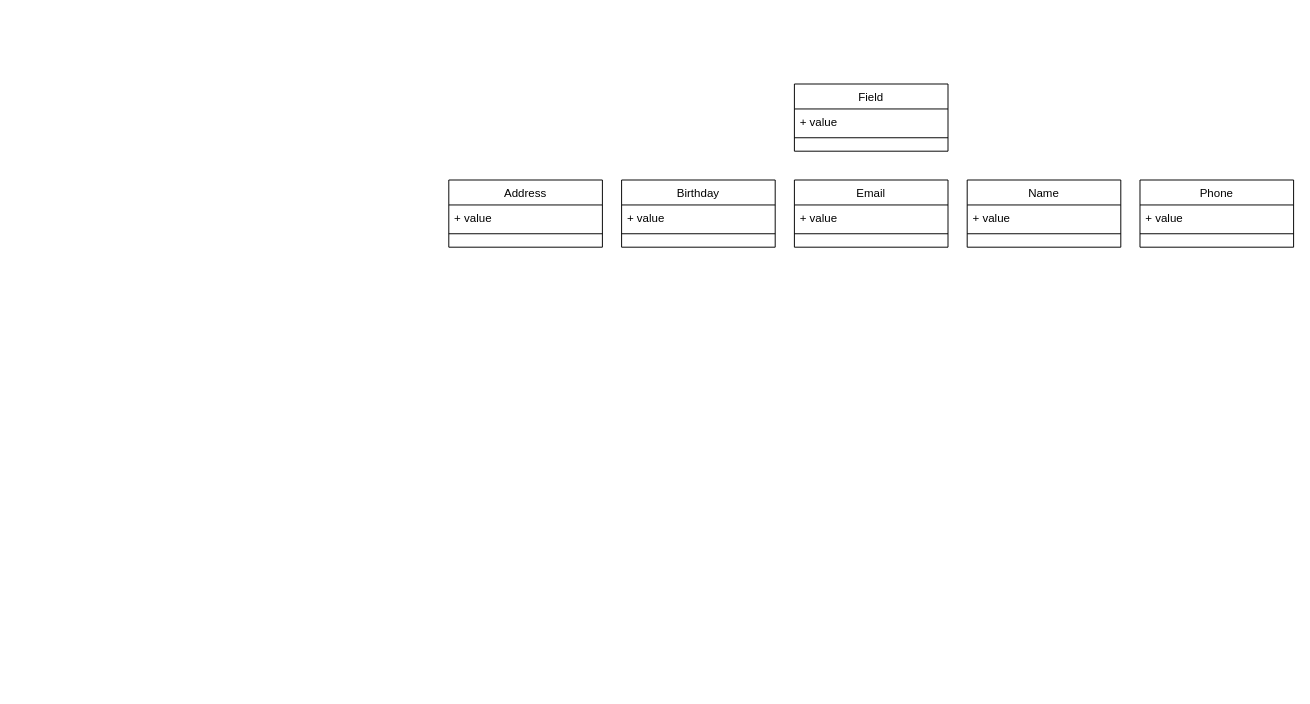
armandabasi/go-it-web-hw1 keeps this draw.io diagram as Диаграмма без названия.drawio. Above is the earlier version. Source tidied: cells renumbered, new cells numbered last; positions are measured from the earlier drawing's top-left corner, leaving out a move shared by most shapes. Both pictures are drawn from the tidied source at 96%, with x=0, y=0 at pixel (448, 84).
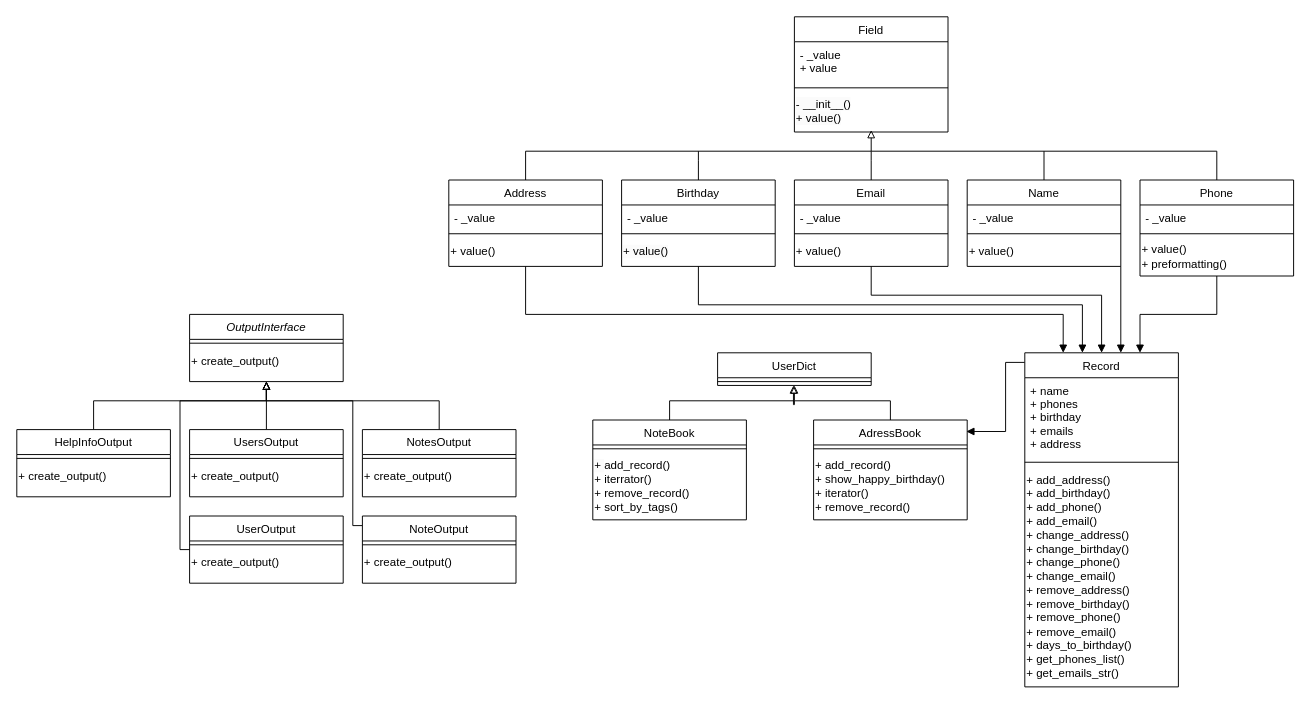
The same page after the edit.

The edit, as a diff of the source:
```diff
@@
     <mxCell id="2" value="Field" style="swimlane;fontStyle=0;align=center;verticalAlign=top;horizontal=1;startSize=26;rounded=0;shadow=0;strokeWidth=1;" parent="1" vertex="1">
-      <mxGeometry x="360" width="160" height="70" as="geometry" />
+      <mxGeometry x="360" y="-70" width="160" height="120" as="geometry" />
     </mxCell>
-    <mxCell id="3" value="+ value&#10;" style="text;align=left;verticalAlign=top;spacingLeft=4;spacingRight=4;overflow=hidden;" parent="2" vertex="1">
-      <mxGeometry y="26" width="160" height="26" as="geometry" />
+    <mxCell id="3" value="- _value&#10;+ value" style="text;align=left;verticalAlign=top;spacingLeft=4;spacingRight=4;overflow=hidden;" parent="2" vertex="1">
+      <mxGeometry y="26" width="160" height="44" as="geometry" />
     </mxCell>
     <mxCell id="4" style="line;html=1;strokeWidth=1;align=left;verticalAlign=middle;spacingTop=-1;spacingLeft=3;spacingRight=3;labelPosition=right;" parent="2" vertex="1">
-      <mxGeometry y="52" width="160" height="8" as="geometry" />
+      <mxGeometry y="70" width="160" height="8" as="geometry" />
     </mxCell>
+    <mxCell id="20" value="&lt;span style=&quot;color: rgb(0, 0, 0); font-family: Helvetica; font-size: 12px; font-style: normal; font-variant-ligatures: normal; font-variant-caps: normal; font-weight: 400; letter-spacing: normal; orphans: 2; text-indent: 0px; text-transform: none; widows: 2; word-spacing: 0px; -webkit-text-stroke-width: 0px; background-color: rgb(251, 251, 251); text-decoration-thickness: initial; text-decoration-style: initial; text-decoration-color: initial; float: none; display: inline !important;&quot;&gt;- __init__()&lt;/span&gt;&lt;br style=&quot;border-color: var(--border-color); padding: 0px; margin: 0px; color: rgb(0, 0, 0); font-family: Helvetica; font-size: 12px; font-style: normal; font-variant-ligatures: normal; font-variant-caps: normal; font-weight: 400; letter-spacing: normal; orphans: 2; text-indent: 0px; text-transform: none; widows: 2; word-spacing: 0px; -webkit-text-stroke-width: 0px; background-color: rgb(251, 251, 251); text-decoration-thickness: initial; text-decoration-style: initial; text-decoration-color: initial;&quot;&gt;&lt;span style=&quot;color: rgb(0, 0, 0); font-family: Helvetica; font-size: 12px; font-style: normal; font-variant-ligatures: normal; font-variant-caps: normal; font-weight: 400; letter-spacing: normal; orphans: 2; text-indent: 0px; text-transform: none; widows: 2; word-spacing: 0px; -webkit-text-stroke-width: 0px; background-color: rgb(251, 251, 251); text-decoration-thickness: initial; text-decoration-style: initial; text-decoration-color: initial; float: none; display: inline !important;&quot;&gt;+ value()&lt;/span&gt;" style="text;html=1;align=left;verticalAlign=middle;points=[];strokeColor=none;fillColor=none;" parent="2" vertex="1">
+      <mxGeometry y="78" width="160" height="40" as="geometry" />
+    </mxCell>
+    <mxCell id="21" style="edgeStyle=orthogonalEdgeStyle;rounded=0;jettySize=auto;html=1;endArrow=none;endFill=0;" parent="1" edge="1" source="5">
+      <mxGeometry relative="1" as="geometry">
+        <mxPoint x="440" y="70" as="targetPoint" />
+      </mxGeometry>
+    </mxCell>
     <mxCell id="5" value="Email" style="swimlane;fontStyle=0;align=center;verticalAlign=top;horizontal=1;startSize=26;rounded=0;shadow=0;strokeWidth=1;" parent="1" vertex="1">
-      <mxGeometry x="360" y="100" width="160" height="70" as="geometry" />
+      <mxGeometry x="360" y="100" width="160" height="90" as="geometry" />
     </mxCell>
-    <mxCell id="6" value="+ value&#10;" style="text;align=left;verticalAlign=top;spacingLeft=4;spacingRight=4;overflow=hidden;" parent="5" vertex="1">
+    <mxCell id="6" value="- _value&#10;" style="text;align=left;verticalAlign=top;spacingLeft=4;spacingRight=4;overflow=hidden;" parent="5" vertex="1">
       <mxGeometry y="26" width="160" height="26" as="geometry" />
     </mxCell>
@@
+    <mxCell id="22" style="edgeStyle=orthogonalEdgeStyle;rounded=0;jettySize=auto;html=1;endArrow=none;endFill=0;" parent="1" edge="1" source="8">
+      <mxGeometry relative="1" as="geometry">
+        <mxPoint x="260" y="70" as="targetPoint" />
+      </mxGeometry>
+    </mxCell>
     <mxCell id="8" value="Birthday" style="swimlane;fontStyle=0;align=center;verticalAlign=top;horizontal=1;startSize=26;rounded=0;shadow=0;strokeWidth=1;" parent="1" vertex="1">
-      <mxGeometry x="180" y="100" width="160" height="70" as="geometry" />
+      <mxGeometry x="180" y="100" width="160" height="90" as="geometry" />
     </mxCell>
-    <mxCell id="9" value="+ value&#10;" style="text;align=left;verticalAlign=top;spacingLeft=4;spacingRight=4;overflow=hidden;" parent="8" vertex="1">
+    <mxCell id="9" value="- _value&#10;" style="text;align=left;verticalAlign=top;spacingLeft=4;spacingRight=4;overflow=hidden;" parent="8" vertex="1">
       <mxGeometry y="26" width="160" height="26" as="geometry" />
     </mxCell>
@@
+    <mxCell id="23" style="edgeStyle=orthogonalEdgeStyle;rounded=0;jettySize=auto;html=1;endArrow=block;endFill=1;" parent="8" edge="1" source="24">
+      <mxGeometry relative="1" as="geometry">
+        <mxPoint x="480" y="180" as="targetPoint" />
+        <Array as="points">
+          <mxPoint x="80" y="130" />
+          <mxPoint x="480" y="130" />
+          <mxPoint x="480" y="180" />
+        </Array>
+      </mxGeometry>
+    </mxCell>
+    <mxCell id="24" value="&lt;span style=&quot;color: rgb(0, 0, 0); font-family: Helvetica; font-size: 12px; font-style: normal; font-variant-ligatures: normal; font-variant-caps: normal; font-weight: 400; letter-spacing: normal; orphans: 2; text-indent: 0px; text-transform: none; widows: 2; word-spacing: 0px; -webkit-text-stroke-width: 0px; background-color: rgb(251, 251, 251); text-decoration-thickness: initial; text-decoration-style: initial; text-decoration-color: initial; float: none; display: inline !important;&quot;&gt;+ value()&lt;/span&gt;&lt;br&gt;" style="text;html=1;align=left;verticalAlign=middle;points=[];strokeColor=none;fillColor=none;" parent="8" vertex="1">
+      <mxGeometry y="60" width="160" height="30" as="geometry" />
+    </mxCell>
+    <mxCell id="25" style="edgeStyle=orthogonalEdgeStyle;rounded=0;jettySize=auto;html=1;endArrow=none;endFill=0;" parent="1" edge="1" source="11">
+      <mxGeometry relative="1" as="geometry">
+        <mxPoint x="440" y="70" as="targetPoint" />
+        <Array as="points">
+          <mxPoint x="620" y="70" />
+        </Array>
+      </mxGeometry>
+    </mxCell>
     <mxCell id="11" value="Name" style="swimlane;fontStyle=0;align=center;verticalAlign=top;horizontal=1;startSize=26;rounded=0;shadow=0;strokeWidth=1;" parent="1" vertex="1">
-      <mxGeometry x="540" y="100" width="160" height="70" as="geometry" />
+      <mxGeometry x="540" y="100" width="160" height="90" as="geometry" />
     </mxCell>
-    <mxCell id="12" value="+ value&#10;" style="text;align=left;verticalAlign=top;spacingLeft=4;spacingRight=4;overflow=hidden;" parent="11" vertex="1">
+    <mxCell id="12" value="- _value&#10;" style="text;align=left;verticalAlign=top;spacingLeft=4;spacingRight=4;overflow=hidden;" parent="11" vertex="1">
       <mxGeometry y="26" width="160" height="26" as="geometry" />
     </mxCell>
@@
+    <mxCell id="26" style="edgeStyle=orthogonalEdgeStyle;rounded=0;jettySize=auto;html=1;endArrow=block;endFill=1;" parent="11" edge="1" source="27">
+      <mxGeometry relative="1" as="geometry">
+        <mxPoint x="160" y="180" as="targetPoint" />
+        <Array as="points">
+          <mxPoint x="160" y="180" />
+        </Array>
+      </mxGeometry>
+    </mxCell>
+    <mxCell id="27" value="+ value()" style="text;html=1;align=left;verticalAlign=middle;points=[];strokeColor=none;fillColor=none;" parent="11" vertex="1">
+      <mxGeometry y="60" width="160" height="30" as="geometry" />
+    </mxCell>
+    <mxCell id="28" style="edgeStyle=orthogonalEdgeStyle;rounded=0;jettySize=auto;html=1;exitX=0.5;exitY=0;exitDx=0;exitDy=0;endArrow=none;endFill=0;" parent="1" edge="1" source="14">
+      <mxGeometry relative="1" as="geometry">
+        <mxPoint x="620" y="70" as="targetPoint" />
+        <Array as="points">
+          <mxPoint x="800" y="70" />
+        </Array>
+      </mxGeometry>
+    </mxCell>
     <mxCell id="14" value="Phone" style="swimlane;fontStyle=0;align=center;verticalAlign=top;horizontal=1;startSize=26;rounded=0;shadow=0;strokeWidth=1;" parent="1" vertex="1">
-      <mxGeometry x="720" y="100" width="160" height="70" as="geometry" />
+      <mxGeometry x="720" y="100" width="160" height="100" as="geometry" />
     </mxCell>
-    <mxCell id="15" value="+ value&#10;" style="text;align=left;verticalAlign=top;spacingLeft=4;spacingRight=4;overflow=hidden;" parent="14" vertex="1">
+    <mxCell id="15" value="- _value&#10;" style="text;align=left;verticalAlign=top;spacingLeft=4;spacingRight=4;overflow=hidden;" parent="14" vertex="1">
       <mxGeometry y="26" width="160" height="26" as="geometry" />
     </mxCell>
@@
+    <mxCell id="29" style="edgeStyle=orthogonalEdgeStyle;rounded=0;jettySize=auto;html=1;endArrow=block;endFill=1;" parent="14" edge="1" source="30">
+      <mxGeometry relative="1" as="geometry">
+        <mxPoint y="180" as="targetPoint" />
+        <Array as="points">
+          <mxPoint x="80" y="140" />
+          <mxPoint y="140" />
+        </Array>
+      </mxGeometry>
+    </mxCell>
+    <mxCell id="30" value="+ value()&lt;br&gt;+ preformatting()" style="text;html=1;align=left;verticalAlign=middle;points=[];strokeColor=none;fillColor=none;" parent="14" vertex="1">
+      <mxGeometry y="60" width="160" height="40" as="geometry" />
+    </mxCell>
+    <mxCell id="31" style="edgeStyle=orthogonalEdgeStyle;rounded=0;jettySize=auto;html=1;endArrow=block;endFill=0;" parent="1" edge="1" source="17" target="20">
+      <mxGeometry relative="1" as="geometry">
+        <Array as="points">
+          <mxPoint x="80" y="70" />
+          <mxPoint x="440" y="70" />
+        </Array>
+      </mxGeometry>
+    </mxCell>
     <mxCell id="17" value="Address" style="swimlane;fontStyle=0;align=center;verticalAlign=top;horizontal=1;startSize=26;rounded=0;shadow=0;strokeWidth=1;" parent="1" vertex="1">
-      <mxGeometry y="100" width="160" height="70" as="geometry" />
+      <mxGeometry y="100" width="160" height="90" as="geometry" />
     </mxCell>
-    <mxCell id="18" value="+ value&#10;" style="text;align=left;verticalAlign=top;spacingLeft=4;spacingRight=4;overflow=hidden;" parent="17" vertex="1">
+    <mxCell id="18" value="- _value&#10;" style="text;align=left;verticalAlign=top;spacingLeft=4;spacingRight=4;overflow=hidden;" parent="17" vertex="1">
       <mxGeometry y="26" width="160" height="26" as="geometry" />
     </mxCell>
@@
+    <mxCell id="32" style="edgeStyle=orthogonalEdgeStyle;rounded=0;jettySize=auto;html=1;endArrow=block;endFill=1;" parent="17" edge="1" source="33">
+      <mxGeometry relative="1" as="geometry">
+        <mxPoint x="640" y="180" as="targetPoint" />
+        <Array as="points">
+          <mxPoint x="80" y="140" />
+          <mxPoint x="640" y="140" />
+          <mxPoint x="640" y="180" />
+        </Array>
+      </mxGeometry>
+    </mxCell>
+    <mxCell id="33" value="+ value()" style="text;html=1;align=left;verticalAlign=middle;points=[];strokeColor=none;fillColor=none;" parent="17" vertex="1">
+      <mxGeometry y="60" width="160" height="30" as="geometry" />
+    </mxCell>
+    <mxCell id="34" style="edgeStyle=orthogonalEdgeStyle;rounded=0;jettySize=auto;html=1;endArrow=block;endFill=1;" parent="1" edge="1" source="35">
+      <mxGeometry relative="1" as="geometry">
+        <mxPoint x="680" y="280" as="targetPoint" />
+        <Array as="points">
+          <mxPoint x="440" y="220" />
+          <mxPoint x="680" y="220" />
+          <mxPoint x="680" y="280" />
+        </Array>
+      </mxGeometry>
+    </mxCell>
+    <mxCell id="35" value="+ value()" style="text;html=1;align=left;verticalAlign=middle;points=[];strokeColor=none;fillColor=none;" parent="1" vertex="1">
+      <mxGeometry x="360" y="160" width="160" height="30" as="geometry" />
+    </mxCell>
+    <mxCell id="36" style="edgeStyle=orthogonalEdgeStyle;rounded=0;jettySize=auto;html=1;entryX=0.994;entryY=0.115;entryDx=0;entryDy=0;entryPerimeter=0;endArrow=block;endFill=1;" parent="1" edge="1" source="37" target="48">
+      <mxGeometry relative="1" as="geometry">
+        <Array as="points">
+          <mxPoint x="580" y="290" />
+          <mxPoint x="580" y="362" />
+        </Array>
+      </mxGeometry>
+    </mxCell>
+    <mxCell id="37" value="Record" style="swimlane;fontStyle=0;align=center;verticalAlign=top;horizontal=1;startSize=26;rounded=0;shadow=0;strokeWidth=1;" parent="1" vertex="1">
+      <mxGeometry x="600" y="280" width="160" height="348" as="geometry" />
+    </mxCell>
+    <mxCell id="38" value="+ name&#10;+ phones&#10;+ birthday&#10;+ emails&#10;+ address " style="text;align=left;verticalAlign=top;spacingLeft=4;spacingRight=4;overflow=hidden;" parent="37" vertex="1">
+      <mxGeometry y="26" width="160" height="84" as="geometry" />
+    </mxCell>
+    <mxCell id="39" style="line;html=1;strokeWidth=1;align=left;verticalAlign=middle;spacingTop=-1;spacingLeft=3;spacingRight=3;labelPosition=right;" parent="37" vertex="1">
+      <mxGeometry y="110" width="160" height="8" as="geometry" />
+    </mxCell>
+    <mxCell id="40" value="+&amp;nbsp;add_address()&lt;br&gt;+&amp;nbsp;add_birthday()&lt;br&gt;+&amp;nbsp;add_phone()&lt;br&gt;+&amp;nbsp;add_email()&lt;br&gt;+ change_address()&lt;br&gt;+&amp;nbsp;change_birthday()&lt;br&gt;+&amp;nbsp;change_phone()&lt;br&gt;+&amp;nbsp;change_email()&lt;br&gt;+&amp;nbsp;remove_address()&lt;br&gt;+&amp;nbsp;remove_birthday()&lt;br&gt;+&amp;nbsp;remove_phone()&lt;br&gt;+&amp;nbsp;remove_email()&lt;br&gt;+&amp;nbsp;days_to_birthday()&lt;br&gt;+&amp;nbsp;get_phones_list()&lt;br&gt;+&amp;nbsp;get_emails_str()" style="text;html=1;align=left;verticalAlign=middle;strokeColor=none;fillColor=none;" parent="37" vertex="1">
+      <mxGeometry y="118" width="160" height="230" as="geometry" />
+    </mxCell>
+    <mxCell id="41" value="UserDict" style="swimlane;fontStyle=0;align=center;verticalAlign=top;horizontal=1;startSize=26;rounded=0;shadow=0;strokeWidth=1;" parent="1" vertex="1">
+      <mxGeometry x="280" y="280" width="160" height="34" as="geometry" />
+    </mxCell>
+    <mxCell id="42" style="line;html=1;strokeWidth=1;align=left;verticalAlign=middle;spacingTop=-1;spacingLeft=3;spacingRight=3;labelPosition=right;points=[];portConstraint=eastwest;" parent="41" vertex="1">
+      <mxGeometry y="26" width="160" height="8" as="geometry" />
+    </mxCell>
+    <mxCell id="43" style="edgeStyle=orthogonalEdgeStyle;rounded=0;jettySize=auto;html=1;exitX=0.5;exitY=0;exitDx=0;exitDy=0;entryX=0.5;entryY=1;entryDx=0;entryDy=0;endArrow=block;endFill=0;" parent="1" edge="1" source="44" target="41">
+      <mxGeometry relative="1" as="geometry">
+        <Array as="points">
+          <mxPoint x="230" y="330" />
+          <mxPoint x="360" y="330" />
+        </Array>
+      </mxGeometry>
+    </mxCell>
+    <mxCell id="44" value="NoteBook&#10;" style="swimlane;fontStyle=0;align=center;verticalAlign=top;horizontal=1;startSize=26;rounded=0;shadow=0;strokeWidth=1;" parent="1" vertex="1">
+      <mxGeometry x="150" y="350" width="160" height="104" as="geometry" />
+    </mxCell>
+    <mxCell id="45" style="line;html=1;strokeWidth=1;align=left;verticalAlign=middle;spacingTop=-1;spacingLeft=3;spacingRight=3;labelPosition=right;" parent="44" vertex="1">
+      <mxGeometry y="26" width="160" height="8" as="geometry" />
+    </mxCell>
+    <mxCell id="46" value="&lt;span style=&quot;color: rgb(0, 0, 0); font-family: Helvetica; font-size: 12px; font-style: normal; font-variant-ligatures: normal; font-variant-caps: normal; font-weight: 400; letter-spacing: normal; orphans: 2; text-indent: 0px; text-transform: none; widows: 2; word-spacing: 0px; -webkit-text-stroke-width: 0px; background-color: rgb(251, 251, 251); text-decoration-thickness: initial; text-decoration-style: initial; text-decoration-color: initial; float: none; display: inline !important;&quot;&gt;+&amp;nbsp;&lt;/span&gt;add_record()&lt;br&gt;+&amp;nbsp;iterrator()&lt;br&gt;+&amp;nbsp;remove_record()&lt;br&gt;&lt;span style=&quot;background-color: initial;&quot;&gt;+&amp;nbsp;&lt;/span&gt;sort_by_tags()" style="text;html=1;align=left;verticalAlign=middle;strokeColor=none;fillColor=none;" parent="44" vertex="1">
+      <mxGeometry y="34" width="160" height="70" as="geometry" />
+    </mxCell>
+    <mxCell id="47" style="edgeStyle=orthogonalEdgeStyle;rounded=0;jettySize=auto;html=1;entryX=0.494;entryY=1;entryDx=0;entryDy=0;entryPerimeter=0;endArrow=block;endFill=0;" parent="1" edge="1" source="48" target="42">
+      <mxGeometry relative="1" as="geometry" />
+    </mxCell>
+    <mxCell id="48" value="AdressBook" style="swimlane;fontStyle=0;align=center;verticalAlign=top;horizontal=1;startSize=26;rounded=0;shadow=0;strokeWidth=1;" parent="1" vertex="1">
+      <mxGeometry x="380" y="350" width="160" height="104" as="geometry" />
+    </mxCell>
+    <mxCell id="49" style="line;html=1;strokeWidth=1;align=left;verticalAlign=middle;spacingTop=-1;spacingLeft=3;spacingRight=3;labelPosition=right;" parent="48" vertex="1">
+      <mxGeometry y="26" width="160" height="8" as="geometry" />
+    </mxCell>
+    <mxCell id="50" value="+&amp;nbsp;add_record()&lt;br&gt;+&amp;nbsp;show_happy_birthday()&lt;br&gt;+&amp;nbsp;iterator()&lt;br&gt;+&amp;nbsp;remove_record()&lt;br&gt;" style="text;html=1;align=left;verticalAlign=middle;strokeColor=none;fillColor=none;" parent="48" vertex="1">
+      <mxGeometry y="34" width="160" height="70" as="geometry" />
+    </mxCell>
+    <mxCell id="51" style="edgeStyle=orthogonalEdgeStyle;rounded=0;jettySize=auto;html=1;entryX=0.5;entryY=1;entryDx=0;entryDy=0;endArrow=block;endFill=0;" parent="1" edge="1" source="52" target="55">
+      <mxGeometry relative="1" as="geometry" />
+    </mxCell>
+    <mxCell id="52" value="UsersOutput" style="swimlane;fontStyle=0;align=center;verticalAlign=top;horizontal=1;startSize=26;rounded=0;shadow=0;strokeWidth=1;" parent="1" vertex="1">
+      <mxGeometry x="-270" y="360" width="160" height="70" as="geometry" />
+    </mxCell>
+    <mxCell id="53" style="line;html=1;strokeWidth=1;align=left;verticalAlign=middle;spacingTop=-1;spacingLeft=3;spacingRight=3;labelPosition=right;" parent="52" vertex="1">
+      <mxGeometry y="26" width="160" height="8" as="geometry" />
+    </mxCell>
+    <mxCell id="54" value="+&amp;nbsp;create_output()" style="text;html=1;align=left;verticalAlign=middle;strokeColor=none;fillColor=none;" parent="52" vertex="1">
+      <mxGeometry y="34" width="160" height="30" as="geometry" />
+    </mxCell>
+    <mxCell id="55" value="OutputInterface" style="swimlane;fontStyle=2;align=center;verticalAlign=top;horizontal=1;startSize=26;rounded=0;shadow=0;strokeWidth=1;" parent="1" vertex="1">
+      <mxGeometry x="-270" y="240" width="160" height="70" as="geometry" />
+    </mxCell>
+    <mxCell id="56" style="line;html=1;strokeWidth=1;align=left;verticalAlign=middle;spacingTop=-1;spacingLeft=3;spacingRight=3;labelPosition=right;" parent="55" vertex="1">
+      <mxGeometry y="26" width="160" height="8" as="geometry" />
+    </mxCell>
+    <mxCell id="57" value="+&amp;nbsp;create_output()" style="text;html=1;align=left;verticalAlign=middle;strokeColor=none;fillColor=none;" parent="55" vertex="1">
+      <mxGeometry y="34" width="160" height="30" as="geometry" />
+    </mxCell>
+    <mxCell id="58" style="edgeStyle=orthogonalEdgeStyle;rounded=0;jettySize=auto;html=1;entryX=0.5;entryY=1;entryDx=0;entryDy=0;endArrow=block;endFill=0;" parent="1" edge="1" source="59" target="55">
+      <mxGeometry relative="1" as="geometry">
+        <Array as="points">
+          <mxPoint x="-10" y="330" />
+          <mxPoint x="-190" y="330" />
+        </Array>
+      </mxGeometry>
+    </mxCell>
+    <mxCell id="59" value="NotesOutput" style="swimlane;fontStyle=0;align=center;verticalAlign=top;horizontal=1;startSize=26;rounded=0;shadow=0;strokeWidth=1;" parent="1" vertex="1">
+      <mxGeometry x="-90" y="360" width="160" height="70" as="geometry" />
+    </mxCell>
+    <mxCell id="60" style="line;html=1;strokeWidth=1;align=left;verticalAlign=middle;spacingTop=-1;spacingLeft=3;spacingRight=3;labelPosition=right;" parent="59" vertex="1">
+      <mxGeometry y="26" width="160" height="8" as="geometry" />
+    </mxCell>
+    <mxCell id="61" value="+&amp;nbsp;create_output()" style="text;html=1;align=left;verticalAlign=middle;strokeColor=none;fillColor=none;" parent="59" vertex="1">
+      <mxGeometry y="34" width="160" height="30" as="geometry" />
+    </mxCell>
+    <mxCell id="62" style="edgeStyle=orthogonalEdgeStyle;rounded=0;jettySize=auto;html=1;endArrow=block;endFill=0;" parent="1" edge="1" source="63">
+      <mxGeometry relative="1" as="geometry">
+        <mxPoint x="-190" y="310" as="targetPoint" />
+        <Array as="points">
+          <mxPoint x="-370" y="330" />
+          <mxPoint x="-190" y="330" />
+        </Array>
+      </mxGeometry>
+    </mxCell>
+    <mxCell id="63" value="HelpInfoOutput" style="swimlane;fontStyle=0;align=center;verticalAlign=top;horizontal=1;startSize=26;rounded=0;shadow=0;strokeWidth=1;" parent="1" vertex="1">
+      <mxGeometry x="-450" y="360" width="160" height="70" as="geometry" />
+    </mxCell>
+    <mxCell id="64" style="line;html=1;strokeWidth=1;align=left;verticalAlign=middle;spacingTop=-1;spacingLeft=3;spacingRight=3;labelPosition=right;" parent="63" vertex="1">
+      <mxGeometry y="26" width="160" height="8" as="geometry" />
+    </mxCell>
+    <mxCell id="65" value="+&amp;nbsp;create_output()" style="text;html=1;align=left;verticalAlign=middle;strokeColor=none;fillColor=none;" parent="63" vertex="1">
+      <mxGeometry y="34" width="160" height="30" as="geometry" />
+    </mxCell>
+    <mxCell id="66" style="edgeStyle=orthogonalEdgeStyle;rounded=0;jettySize=auto;html=1;endArrow=block;endFill=0;" parent="1" edge="1" source="67">
+      <mxGeometry relative="1" as="geometry">
+        <mxPoint x="-190" y="310" as="targetPoint" />
+        <Array as="points">
+          <mxPoint x="-100" y="460" />
+          <mxPoint x="-100" y="330" />
+          <mxPoint x="-190" y="330" />
+        </Array>
+      </mxGeometry>
+    </mxCell>
+    <mxCell id="67" value="NoteOutput" style="swimlane;fontStyle=0;align=center;verticalAlign=top;horizontal=1;startSize=26;rounded=0;shadow=0;strokeWidth=1;" parent="1" vertex="1">
+      <mxGeometry x="-90" y="450" width="160" height="70" as="geometry" />
+    </mxCell>
+    <mxCell id="68" style="line;html=1;strokeWidth=1;align=left;verticalAlign=middle;spacingTop=-1;spacingLeft=3;spacingRight=3;labelPosition=right;" parent="67" vertex="1">
+      <mxGeometry y="26" width="160" height="8" as="geometry" />
+    </mxCell>
+    <mxCell id="69" value="+&amp;nbsp;create_output()" style="text;html=1;align=left;verticalAlign=middle;strokeColor=none;fillColor=none;" parent="67" vertex="1">
+      <mxGeometry y="34" width="160" height="30" as="geometry" />
+    </mxCell>
+    <mxCell id="70" style="edgeStyle=orthogonalEdgeStyle;rounded=0;jettySize=auto;html=1;endArrow=block;endFill=0;entryX=0.5;entryY=1;entryDx=0;entryDy=0;" parent="1" edge="1" source="71" target="55">
+      <mxGeometry relative="1" as="geometry">
+        <Array as="points">
+          <mxPoint x="-280" y="485" />
+          <mxPoint x="-280" y="330" />
+          <mxPoint x="-190" y="330" />
+        </Array>
+      </mxGeometry>
+    </mxCell>
+    <mxCell id="71" value="UserOutput" style="swimlane;fontStyle=0;align=center;verticalAlign=top;horizontal=1;startSize=26;rounded=0;shadow=0;strokeWidth=1;" parent="1" vertex="1">
+      <mxGeometry x="-270" y="450" width="160" height="70" as="geometry" />
+    </mxCell>
+    <mxCell id="72" style="line;html=1;strokeWidth=1;align=left;verticalAlign=middle;spacingTop=-1;spacingLeft=3;spacingRight=3;labelPosition=right;" parent="71" vertex="1">
+      <mxGeometry y="26" width="160" height="8" as="geometry" />
+    </mxCell>
+    <mxCell id="73" value="+&amp;nbsp;create_output()" style="text;html=1;align=left;verticalAlign=middle;strokeColor=none;fillColor=none;" parent="71" vertex="1">
+      <mxGeometry y="34" width="160" height="30" as="geometry" />
+    </mxCell>
```
